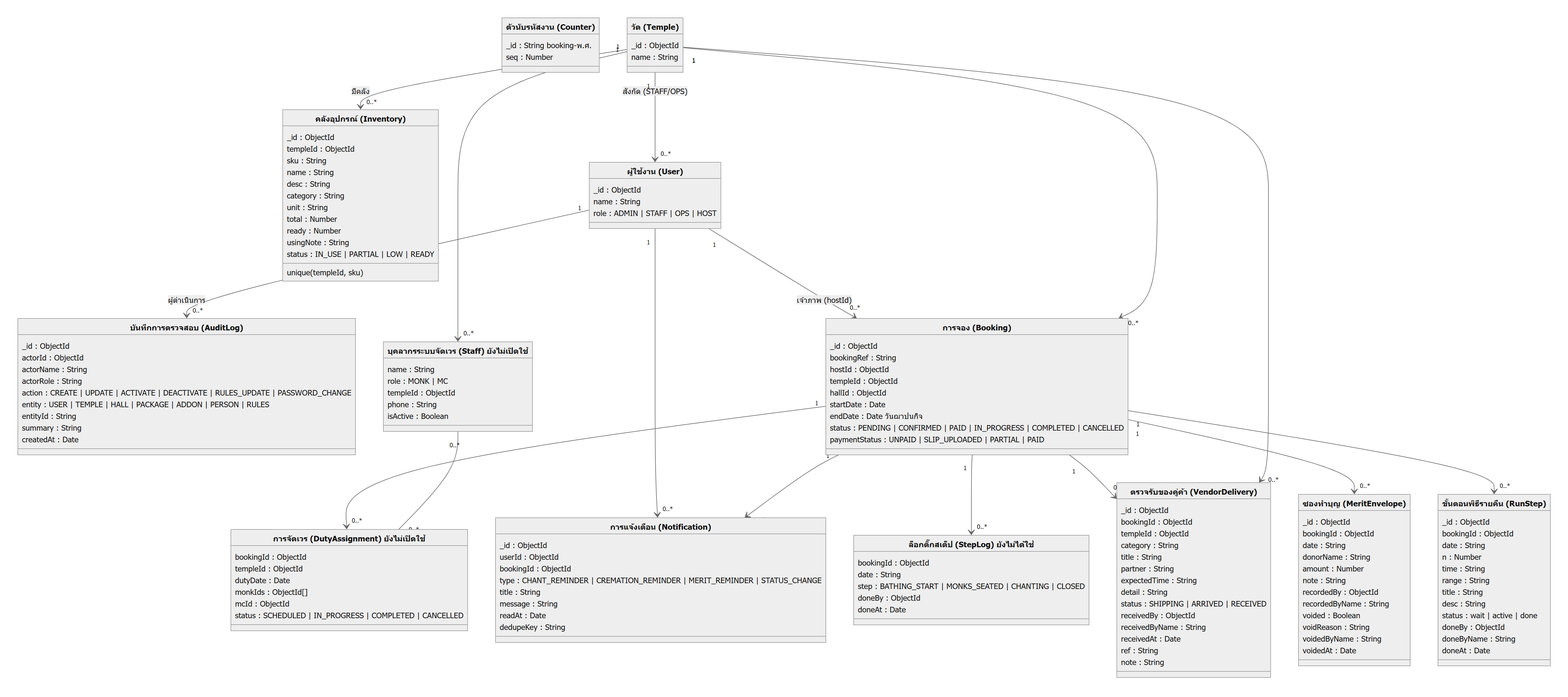
This is docs/er-3-ops-system.png from suttirakpi/foms-system, a Mermaid export, as it was before one commit. Its source is kept beside it as docs/er-3-ops-system.mmd. Source of this version:
```mermaid
classDiagram
direction TB

class RunStep["ขั้นตอนพิธีรายคืน (RunStep)"] {
  _id : ObjectId
  bookingId : ObjectId
  date : String
  n : Number
  time : String
  range : String
  title : String
  desc : String
  status : wait | active | done
  doneBy : ObjectId
  doneByName : String
  doneAt : Date
}

class VendorDelivery["ตรวจรับของคู่ค้า (VendorDelivery)"] {
  _id : ObjectId
  bookingId : ObjectId
  templeId : ObjectId
  category : String
  title : String
  partner : String
  expectedTime : String
  detail : String
  status : SHIPPING | ARRIVED | RECEIVED
  receivedBy : ObjectId
  receivedByName : String
  receivedAt : Date
  ref : String
  note : String
}

class MeritEnvelope["ซองทำบุญ (MeritEnvelope)"] {
  _id : ObjectId
  bookingId : ObjectId
  date : String
  donorName : String
  amount : Number
  note : String
  recordedBy : ObjectId
  recordedByName : String
  voided : Boolean
  voidReason : String
  voidedByName : String
  voidedAt : Date
}

class Inventory["คลังอุปกรณ์ (Inventory)"] {
  _id : ObjectId
  templeId : ObjectId
  sku : String
  name : String
  desc : String
  category : String
  unit : String
  total : Number
  ready : Number
  usingNote : String
  status : IN_USE | PARTIAL | LOW | READY
  unique(templeId, sku)
}

class AuditLog["บันทึกการตรวจสอบ (AuditLog)"] {
  _id : ObjectId
  actorId : ObjectId
  actorName : String
  actorRole : String
  action : CREATE | UPDATE | ACTIVATE | DEACTIVATE | RULES_UPDATE | PASSWORD_CHANGE
  entity : USER | TEMPLE | HALL | PACKAGE | ADDON | PERSON | RULES
  entityId : String
  summary : String
  createdAt : Date
}

class Notification["การแจ้งเตือน (Notification)"] {
  _id : ObjectId
  userId : ObjectId
  bookingId : ObjectId
  type : CHANT_REMINDER | CREMATION_REMINDER | MERIT_REMINDER | STATUS_CHANGE
  title : String
  message : String
  readAt : Date
  dedupeKey : String
}

class Counter["ตัวนับรหัสงาน (Counter)"] {
  _id : String booking-พ.ศ.
  seq : Number
}

class StepLog["ล็อกติ๊กสเต็ป (StepLog) ยังไม่ได้ใช้"] {
  bookingId : ObjectId
  date : String
  step : BATHING_START | MONKS_SEATED | CHANTING | CLOSED
  doneBy : ObjectId
  doneAt : Date
}

class Staff["บุคลากรระบบจัดเวร (Staff) ยังไม่เปิดใช้"] {
  name : String
  role : MONK | MC
  templeId : ObjectId
  phone : String
  isActive : Boolean
}

class DutyAssignment["การจัดเวร (DutyAssignment) ยังไม่เปิดใช้"] {
  bookingId : ObjectId
  templeId : ObjectId
  dutyDate : Date
  monkIds : ObjectId[]
  mcId : ObjectId
  status : SCHEDULED | IN_PROGRESS | COMPLETED | CANCELLED
}

class Booking["การจอง (Booking)"] {
  _id : ObjectId
  bookingRef : String
  hostId : ObjectId
  templeId : ObjectId
  hallId : ObjectId
  startDate : Date
  endDate : Date วันฌาปนกิจ
  status : PENDING | CONFIRMED | PAID | IN_PROGRESS | COMPLETED | CANCELLED
  paymentStatus : UNPAID | SLIP_UPLOADED | PARTIAL | PAID
}
class Temple["วัด (Temple)"] {
  _id : ObjectId
  name : String
}
class User["ผู้ใช้งาน (User)"] {
  _id : ObjectId
  name : String
  role : ADMIN | STAFF | OPS | HOST
}

Temple "1" --> "0..*" User : สังกัด (STAFF/OPS)
Temple "1" --> "0..*" Inventory : มีคลัง
User "1" --> "0..*" Booking : เจ้าภาพ (hostId)
Temple "1" --> "0..*" Booking
Booking "1" --> "0..*" RunStep
Booking "1" --> "0..*" VendorDelivery
Temple "1" --> "0..*" VendorDelivery
Booking "1" --> "0..*" MeritEnvelope
User "1" --> "0..*" AuditLog : ผู้ดำเนินการ
User "1" --> "0..*" Notification
Booking "1" --> "0..*" Notification
Booking "1" --> "0..*" StepLog
Temple "1" --> "0..*" Staff
Booking "1" --> "0..*" DutyAssignment
Staff "0..*" -- "0..*" DutyAssignment
```
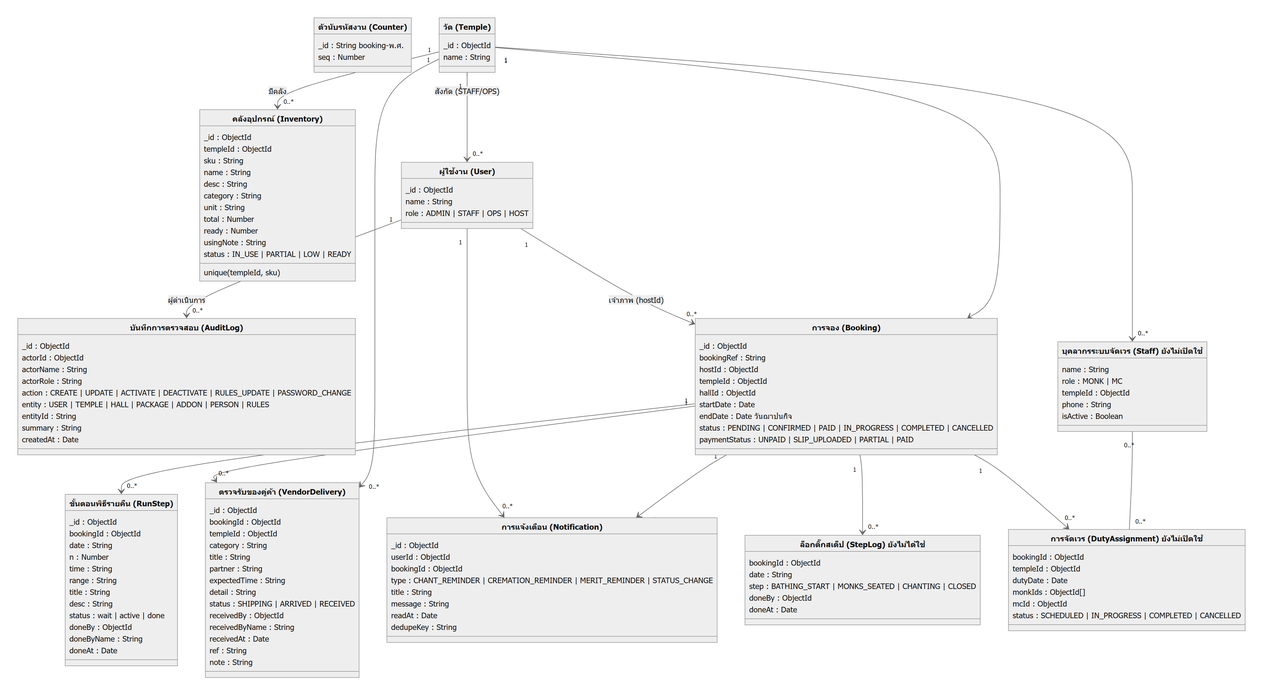
Above is the later version.

Commit message:
remove : merit envelope from docs and diagrams (class diagram 23 boxes, drop state-4c, DEMO.md step 6)

The edit, as a diff of the source:
```diff
@@ -31,21 +31,6 @@
   receivedAt : Date
   ref : String
   note : String
-}
-
-class MeritEnvelope["ซองทำบุญ (MeritEnvelope)"] {
-  _id : ObjectId
-  bookingId : ObjectId
-  date : String
-  donorName : String
-  amount : Number
-  note : String
-  recordedBy : ObjectId
-  recordedByName : String
-  voided : Boolean
-  voidReason : String
-  voidedByName : String
-  voidedAt : Date
 }
 
 class Inventory["คลังอุปกรณ์ (Inventory)"] {
@@ -144,7 +129,6 @@
 Booking "1" --> "0..*" RunStep
 Booking "1" --> "0..*" VendorDelivery
 Temple "1" --> "0..*" VendorDelivery
-Booking "1" --> "0..*" MeritEnvelope
 User "1" --> "0..*" AuditLog : ผู้ดำเนินการ
 User "1" --> "0..*" Notification
 Booking "1" --> "0..*" Notification
```
